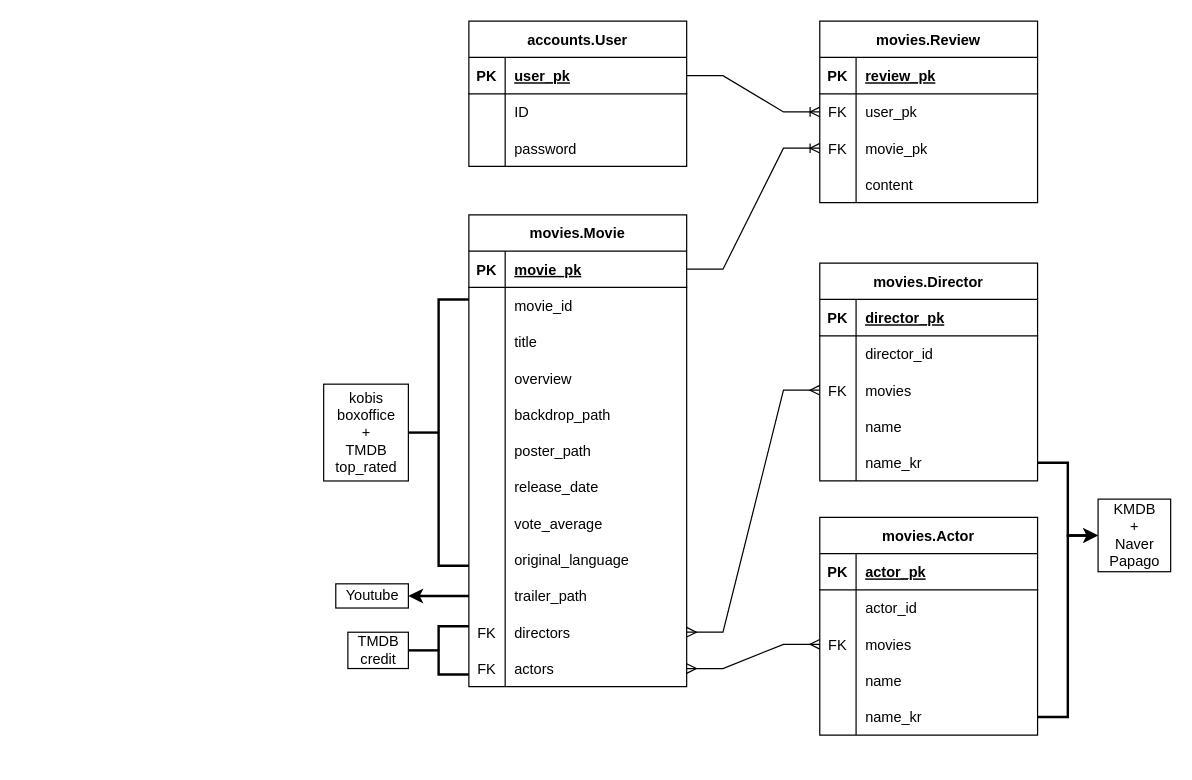
ohmy-Josh/ssafy-final-pjt keeps this draw.io diagram as documents/ERD/ERD.drawio. Above is the earlier version. Source tidied: cells renumbered, new cells numbered last; positions are measured from the earlier drawing's top-left corner, leaving out a move shared by most shapes. Both pictures are drawn from the tidied source at 121%, with x=0, y=0 at pixel (323, 21).
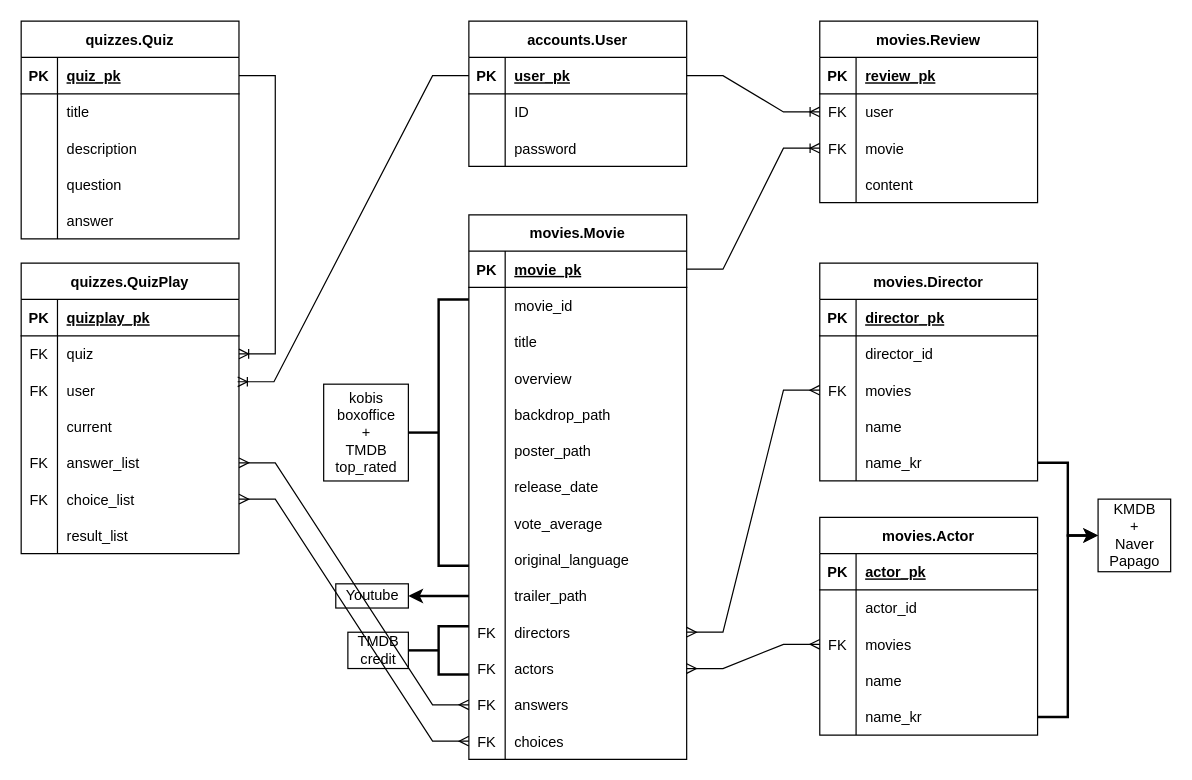
Above is the later version.

The change refers to these unchanged cells:
```xml
<mxCell id="3" style="shape=tableRow;horizontal=0;startSize=0;swimlaneHead=0;swimlaneBody=0;fillColor=none;points=[[0,0.5],[1,0.5]];portConstraint=eastwest;top=0;left=0;right=0;bottom=1;" parent="2" vertex="1">
  <mxGeometry y="30" width="180" height="30" as="geometry" />
</mxCell>
<mxCell id="16" style="shape=tableRow;horizontal=0;startSize=0;swimlaneHead=0;swimlaneBody=0;fillColor=none;points=[[0,0.5],[1,0.5]];portConstraint=eastwest;top=0;left=0;right=0;bottom=0;" parent="12" vertex="1">
  <mxGeometry y="60" width="180" height="30" as="geometry" />
</mxCell>
<mxCell id="19" style="shape=tableRow;horizontal=0;startSize=0;swimlaneHead=0;swimlaneBody=0;fillColor=none;points=[[0,0.5],[1,0.5]];portConstraint=eastwest;top=0;left=0;right=0;bottom=0;" parent="12" vertex="1">
  <mxGeometry y="90" width="180" height="30" as="geometry" />
</mxCell>
```

What changed in the source:
```diff
@@
-    <mxCell id="18" value="user_pk" style="shape=partialRectangle;fillColor=none;top=0;left=0;bottom=0;right=0;align=left;spacingLeft=6;overflow=hidden;" parent="16" vertex="1">
+    <mxCell id="18" value="user" style="shape=partialRectangle;fillColor=none;top=0;left=0;bottom=0;right=0;align=left;spacingLeft=6;overflow=hidden;" parent="16" vertex="1">
       <mxGeometry x="30" width="150" height="30" as="geometry" />
     </mxCell>
@@
-    <mxCell id="21" value="movie_pk" style="shape=partialRectangle;fillColor=none;top=0;left=0;bottom=0;right=0;align=left;spacingLeft=6;overflow=hidden;" parent="19" vertex="1">
+    <mxCell id="21" value="movie" style="shape=partialRectangle;fillColor=none;top=0;left=0;bottom=0;right=0;align=left;spacingLeft=6;overflow=hidden;" parent="19" vertex="1">
       <mxGeometry x="30" width="150" height="30" as="geometry" />
     </mxCell>
@@
     <mxCell id="26" value="movies.Movie" style="shape=table;startSize=30;childLayout=tableLayout;rowLines=0;fontStyle=1;align=center;" parent="1" vertex="1">
-      <mxGeometry x="120" y="160" width="180" height="390" as="geometry" />
+      <mxGeometry x="120" y="160" width="180" height="450" as="geometry" />
     </mxCell>
@@
+    <mxCell id="107" style="shape=tableRow;horizontal=0;startSize=0;swimlaneHead=0;swimlaneBody=0;fillColor=none;points=[[0,0.5],[1,0.5]];portConstraint=eastwest;top=0;left=0;right=0;bottom=0;" parent="26" vertex="1">
+      <mxGeometry y="390" width="180" height="30" as="geometry" />
+    </mxCell>
+    <mxCell id="108" value="FK" style="shape=partialRectangle;fillColor=none;top=0;left=0;bottom=0;right=0;overflow=hidden;" parent="107" vertex="1">
+      <mxGeometry width="30" height="30" as="geometry" />
+    </mxCell>
+    <mxCell id="109" value="answers" style="shape=partialRectangle;fillColor=none;top=0;left=0;bottom=0;right=0;align=left;spacingLeft=6;overflow=hidden;" parent="107" vertex="1">
+      <mxGeometry x="30" width="150" height="30" as="geometry" />
+    </mxCell>
+    <mxCell id="110" style="shape=tableRow;horizontal=0;startSize=0;swimlaneHead=0;swimlaneBody=0;fillColor=none;points=[[0,0.5],[1,0.5]];portConstraint=eastwest;top=0;left=0;right=0;bottom=0;" parent="26" vertex="1">
+      <mxGeometry y="420" width="180" height="30" as="geometry" />
+    </mxCell>
+    <mxCell id="111" value="FK" style="shape=partialRectangle;fillColor=none;top=0;left=0;bottom=0;right=0;overflow=hidden;" parent="110" vertex="1">
+      <mxGeometry width="30" height="30" as="geometry" />
+    </mxCell>
+    <mxCell id="112" value="choices" style="shape=partialRectangle;fillColor=none;top=0;left=0;bottom=0;right=0;align=left;spacingLeft=6;overflow=hidden;" parent="110" vertex="1">
+      <mxGeometry x="30" width="150" height="30" as="geometry" />
+    </mxCell>
@@
+    <mxCell id="113" value="quizzes.Quiz" style="shape=table;startSize=30;childLayout=tableLayout;rowLines=0;fontStyle=1;align=center;" parent="1" vertex="1">
+      <mxGeometry x="-250" width="180" height="180" as="geometry" />
+    </mxCell>
+    <mxCell id="114" style="shape=tableRow;horizontal=0;startSize=0;swimlaneHead=0;swimlaneBody=0;fillColor=none;points=[[0,0.5],[1,0.5]];portConstraint=eastwest;top=0;left=0;right=0;bottom=1;" parent="113" vertex="1">
+      <mxGeometry y="30" width="180" height="30" as="geometry" />
+    </mxCell>
+    <mxCell id="115" value="PK" style="shape=partialRectangle;fillColor=none;top=0;left=0;bottom=0;right=0;fontStyle=1;overflow=hidden;" parent="114" vertex="1">
+      <mxGeometry width="30" height="30" as="geometry" />
+    </mxCell>
+    <mxCell id="116" value="quiz_pk" style="shape=partialRectangle;fillColor=none;top=0;left=0;bottom=0;right=0;align=left;spacingLeft=6;fontStyle=5;overflow=hidden;" parent="114" vertex="1">
+      <mxGeometry x="30" width="150" height="30" as="geometry" />
+    </mxCell>
+    <mxCell id="117" style="shape=tableRow;horizontal=0;startSize=0;swimlaneHead=0;swimlaneBody=0;fillColor=none;top=0;left=0;right=0;bottom=0;" parent="113" vertex="1">
+      <mxGeometry y="60" width="180" height="30" as="geometry" />
+    </mxCell>
+    <mxCell id="118" style="shape=partialRectangle;fillColor=none;top=0;left=0;bottom=0;right=0;overflow=hidden;" parent="117" vertex="1">
+      <mxGeometry width="30" height="30" as="geometry" />
+    </mxCell>
+    <mxCell id="119" value="title" style="shape=partialRectangle;fillColor=none;top=0;left=0;bottom=0;right=0;align=left;spacingLeft=6;overflow=hidden;" parent="117" vertex="1">
+      <mxGeometry x="30" width="150" height="30" as="geometry" />
+    </mxCell>
+    <mxCell id="120" style="shape=tableRow;horizontal=0;startSize=0;swimlaneHead=0;swimlaneBody=0;fillColor=none;top=0;left=0;right=0;bottom=0;" parent="113" vertex="1">
+      <mxGeometry y="90" width="180" height="30" as="geometry" />
+    </mxCell>
+    <mxCell id="121" style="shape=partialRectangle;fillColor=none;top=0;left=0;bottom=0;right=0;overflow=hidden;" parent="120" vertex="1">
+      <mxGeometry width="30" height="30" as="geometry" />
+    </mxCell>
+    <mxCell id="122" value="description" style="shape=partialRectangle;fillColor=none;top=0;left=0;bottom=0;right=0;align=left;spacingLeft=6;overflow=hidden;" parent="120" vertex="1">
+      <mxGeometry x="30" width="150" height="30" as="geometry" />
+    </mxCell>
+    <mxCell id="123" style="shape=tableRow;horizontal=0;startSize=0;swimlaneHead=0;swimlaneBody=0;fillColor=none;top=0;left=0;right=0;bottom=0;" parent="113" vertex="1">
+      <mxGeometry y="120" width="180" height="30" as="geometry" />
+    </mxCell>
+    <mxCell id="124" style="shape=partialRectangle;fillColor=none;top=0;left=0;bottom=0;right=0;overflow=hidden;" parent="123" vertex="1">
+      <mxGeometry width="30" height="30" as="geometry" />
+    </mxCell>
+    <mxCell id="125" value="question" style="shape=partialRectangle;fillColor=none;top=0;left=0;bottom=0;right=0;align=left;spacingLeft=6;overflow=hidden;" parent="123" vertex="1">
+      <mxGeometry x="30" width="150" height="30" as="geometry" />
+    </mxCell>
+    <mxCell id="126" style="shape=tableRow;horizontal=0;startSize=0;swimlaneHead=0;swimlaneBody=0;fillColor=none;top=0;left=0;right=0;bottom=0;" parent="113" vertex="1">
+      <mxGeometry y="150" width="180" height="30" as="geometry" />
+    </mxCell>
+    <mxCell id="127" style="shape=partialRectangle;fillColor=none;top=0;left=0;bottom=0;right=0;overflow=hidden;" parent="126" vertex="1">
+      <mxGeometry width="30" height="30" as="geometry" />
+    </mxCell>
+    <mxCell id="128" value="answer" style="shape=partialRectangle;fillColor=none;top=0;left=0;bottom=0;right=0;align=left;spacingLeft=6;overflow=hidden;" parent="126" vertex="1">
+      <mxGeometry x="30" width="150" height="30" as="geometry" />
+    </mxCell>
+    <mxCell id="129" value="quizzes.QuizPlay" style="shape=table;startSize=30;childLayout=tableLayout;rowLines=0;fontStyle=1;align=center;" parent="1" vertex="1">
+      <mxGeometry x="-250" y="200" width="180" height="240" as="geometry" />
+    </mxCell>
+    <mxCell id="130" style="shape=tableRow;horizontal=0;startSize=0;swimlaneHead=0;swimlaneBody=0;fillColor=none;top=0;left=0;right=0;bottom=1;" parent="129" vertex="1">
+      <mxGeometry y="30" width="180" height="30" as="geometry" />
+    </mxCell>
+    <mxCell id="131" value="PK" style="shape=partialRectangle;fillColor=none;top=0;left=0;bottom=0;right=0;fontStyle=1;overflow=hidden;" parent="130" vertex="1">
+      <mxGeometry width="30" height="30" as="geometry" />
+    </mxCell>
+    <mxCell id="132" value="quizplay_pk" style="shape=partialRectangle;fillColor=none;top=0;left=0;bottom=0;right=0;align=left;spacingLeft=6;fontStyle=5;overflow=hidden;" parent="130" vertex="1">
+      <mxGeometry x="30" width="150" height="30" as="geometry" />
+    </mxCell>
+    <mxCell id="133" style="shape=tableRow;horizontal=0;startSize=0;swimlaneHead=0;swimlaneBody=0;fillColor=none;points=[[0,0.5],[1,0.5]];portConstraint=eastwest;top=0;left=0;right=0;bottom=0;" parent="129" vertex="1">
+      <mxGeometry y="60" width="180" height="30" as="geometry" />
+    </mxCell>
+    <mxCell id="134" value="FK" style="shape=partialRectangle;fillColor=none;top=0;left=0;bottom=0;right=0;overflow=hidden;" parent="133" vertex="1">
+      <mxGeometry width="30" height="30" as="geometry" />
+    </mxCell>
+    <mxCell id="135" value="quiz" style="shape=partialRectangle;fillColor=none;top=0;left=0;bottom=0;right=0;align=left;spacingLeft=6;overflow=hidden;" parent="133" vertex="1">
+      <mxGeometry x="30" width="150" height="30" as="geometry" />
+    </mxCell>
+    <mxCell id="136" style="shape=tableRow;horizontal=0;startSize=0;swimlaneHead=0;swimlaneBody=0;fillColor=none;points=[[0,0.5],[1,0.5]];portConstraint=eastwest;top=0;left=0;right=0;bottom=0;" parent="129" vertex="1">
+      <mxGeometry y="90" width="180" height="30" as="geometry" />
+    </mxCell>
+    <mxCell id="137" value="FK" style="shape=partialRectangle;fillColor=none;top=0;left=0;bottom=0;right=0;overflow=hidden;" parent="136" vertex="1">
+      <mxGeometry width="30" height="30" as="geometry" />
+    </mxCell>
+    <mxCell id="138" value="user" style="shape=partialRectangle;fillColor=none;top=0;left=0;bottom=0;right=0;align=left;spacingLeft=6;overflow=hidden;" parent="136" vertex="1">
+      <mxGeometry x="30" width="150" height="30" as="geometry" />
+    </mxCell>
+    <mxCell id="139" style="shape=tableRow;horizontal=0;startSize=0;swimlaneHead=0;swimlaneBody=0;fillColor=none;top=0;left=0;right=0;bottom=0;" parent="129" vertex="1">
+      <mxGeometry y="120" width="180" height="30" as="geometry" />
+    </mxCell>
+    <mxCell id="140" style="shape=partialRectangle;fillColor=none;top=0;left=0;bottom=0;right=0;overflow=hidden;" parent="139" vertex="1">
+      <mxGeometry width="30" height="30" as="geometry" />
+    </mxCell>
+    <mxCell id="141" value="current" style="shape=partialRectangle;fillColor=none;top=0;left=0;bottom=0;right=0;align=left;spacingLeft=6;overflow=hidden;" parent="139" vertex="1">
+      <mxGeometry x="30" width="150" height="30" as="geometry" />
+    </mxCell>
+    <mxCell id="142" style="shape=tableRow;horizontal=0;startSize=0;swimlaneHead=0;swimlaneBody=0;fillColor=none;points=[[0,0.5],[1,0.5]];portConstraint=eastwest;top=0;left=0;right=0;bottom=0;" parent="129" vertex="1">
+      <mxGeometry y="150" width="180" height="30" as="geometry" />
+    </mxCell>
+    <mxCell id="143" value="FK" style="shape=partialRectangle;fillColor=none;top=0;left=0;bottom=0;right=0;overflow=hidden;" parent="142" vertex="1">
+      <mxGeometry width="30" height="30" as="geometry" />
+    </mxCell>
+    <mxCell id="144" value="answer_list" style="shape=partialRectangle;fillColor=none;top=0;left=0;bottom=0;right=0;align=left;spacingLeft=6;overflow=hidden;" parent="142" vertex="1">
+      <mxGeometry x="30" width="150" height="30" as="geometry" />
+    </mxCell>
+    <mxCell id="145" style="shape=tableRow;horizontal=0;startSize=0;swimlaneHead=0;swimlaneBody=0;fillColor=none;points=[[0,0.5],[1,0.5]];portConstraint=eastwest;top=0;left=0;right=0;bottom=0;" parent="129" vertex="1">
+      <mxGeometry y="180" width="180" height="30" as="geometry" />
+    </mxCell>
+    <mxCell id="146" value="FK" style="shape=partialRectangle;fillColor=none;top=0;left=0;bottom=0;right=0;overflow=hidden;" parent="145" vertex="1">
+      <mxGeometry width="30" height="30" as="geometry" />
+    </mxCell>
+    <mxCell id="147" value="choice_list" style="shape=partialRectangle;fillColor=none;top=0;left=0;bottom=0;right=0;align=left;spacingLeft=6;overflow=hidden;" parent="145" vertex="1">
+      <mxGeometry x="30" width="150" height="30" as="geometry" />
+    </mxCell>
+    <mxCell id="148" style="shape=tableRow;horizontal=0;startSize=0;swimlaneHead=0;swimlaneBody=0;fillColor=none;top=0;left=0;right=0;bottom=0;" parent="129" vertex="1">
+      <mxGeometry y="210" width="180" height="30" as="geometry" />
+    </mxCell>
+    <mxCell id="149" style="shape=partialRectangle;fillColor=none;top=0;left=0;bottom=0;right=0;overflow=hidden;" parent="148" vertex="1">
+      <mxGeometry width="30" height="30" as="geometry" />
+    </mxCell>
+    <mxCell id="150" value="result_list" style="shape=partialRectangle;fillColor=none;top=0;left=0;bottom=0;right=0;align=left;spacingLeft=6;overflow=hidden;" parent="148" vertex="1">
+      <mxGeometry x="30" width="150" height="30" as="geometry" />
+    </mxCell>
+    <mxCell id="151" style="edgeStyle=entityRelationEdgeStyle;fontSize=12;html=1;endArrow=ERoneToMany;rounded=0;exitX=0;exitY=0.5;exitDx=0;exitDy=0;entryX=0.994;entryY=0.267;entryDx=0;entryDy=0;entryPerimeter=0;" parent="1" edge="1" source="3" target="136">
+      <mxGeometry relative="1" as="geometry" />
+    </mxCell>
+    <mxCell id="152" style="edgeStyle=entityRelationEdgeStyle;fontSize=12;html=1;endArrow=ERoneToMany;rounded=0;exitX=1;exitY=0.5;exitDx=0;exitDy=0;entryX=1;entryY=0.5;entryDx=0;entryDy=0;" parent="1" edge="1" source="114" target="133">
+      <mxGeometry relative="1" as="geometry" />
+    </mxCell>
+    <mxCell id="153" style="edgeStyle=entityRelationEdgeStyle;fontSize=12;html=1;endArrow=ERmany;startArrow=ERmany;rounded=0;exitX=1;exitY=0.5;exitDx=0;exitDy=0;entryX=0;entryY=0.5;entryDx=0;entryDy=0;" parent="1" edge="1" source="142" target="107">
+      <mxGeometry relative="1" as="geometry" />
+    </mxCell>
+    <mxCell id="154" style="edgeStyle=entityRelationEdgeStyle;fontSize=12;html=1;endArrow=ERmany;startArrow=ERmany;rounded=0;entryX=0;entryY=0.5;entryDx=0;entryDy=0;exitX=1;exitY=0.5;exitDx=0;exitDy=0;" parent="1" edge="1" source="145" target="110">
+      <mxGeometry relative="1" as="geometry" />
+    </mxCell>
```
